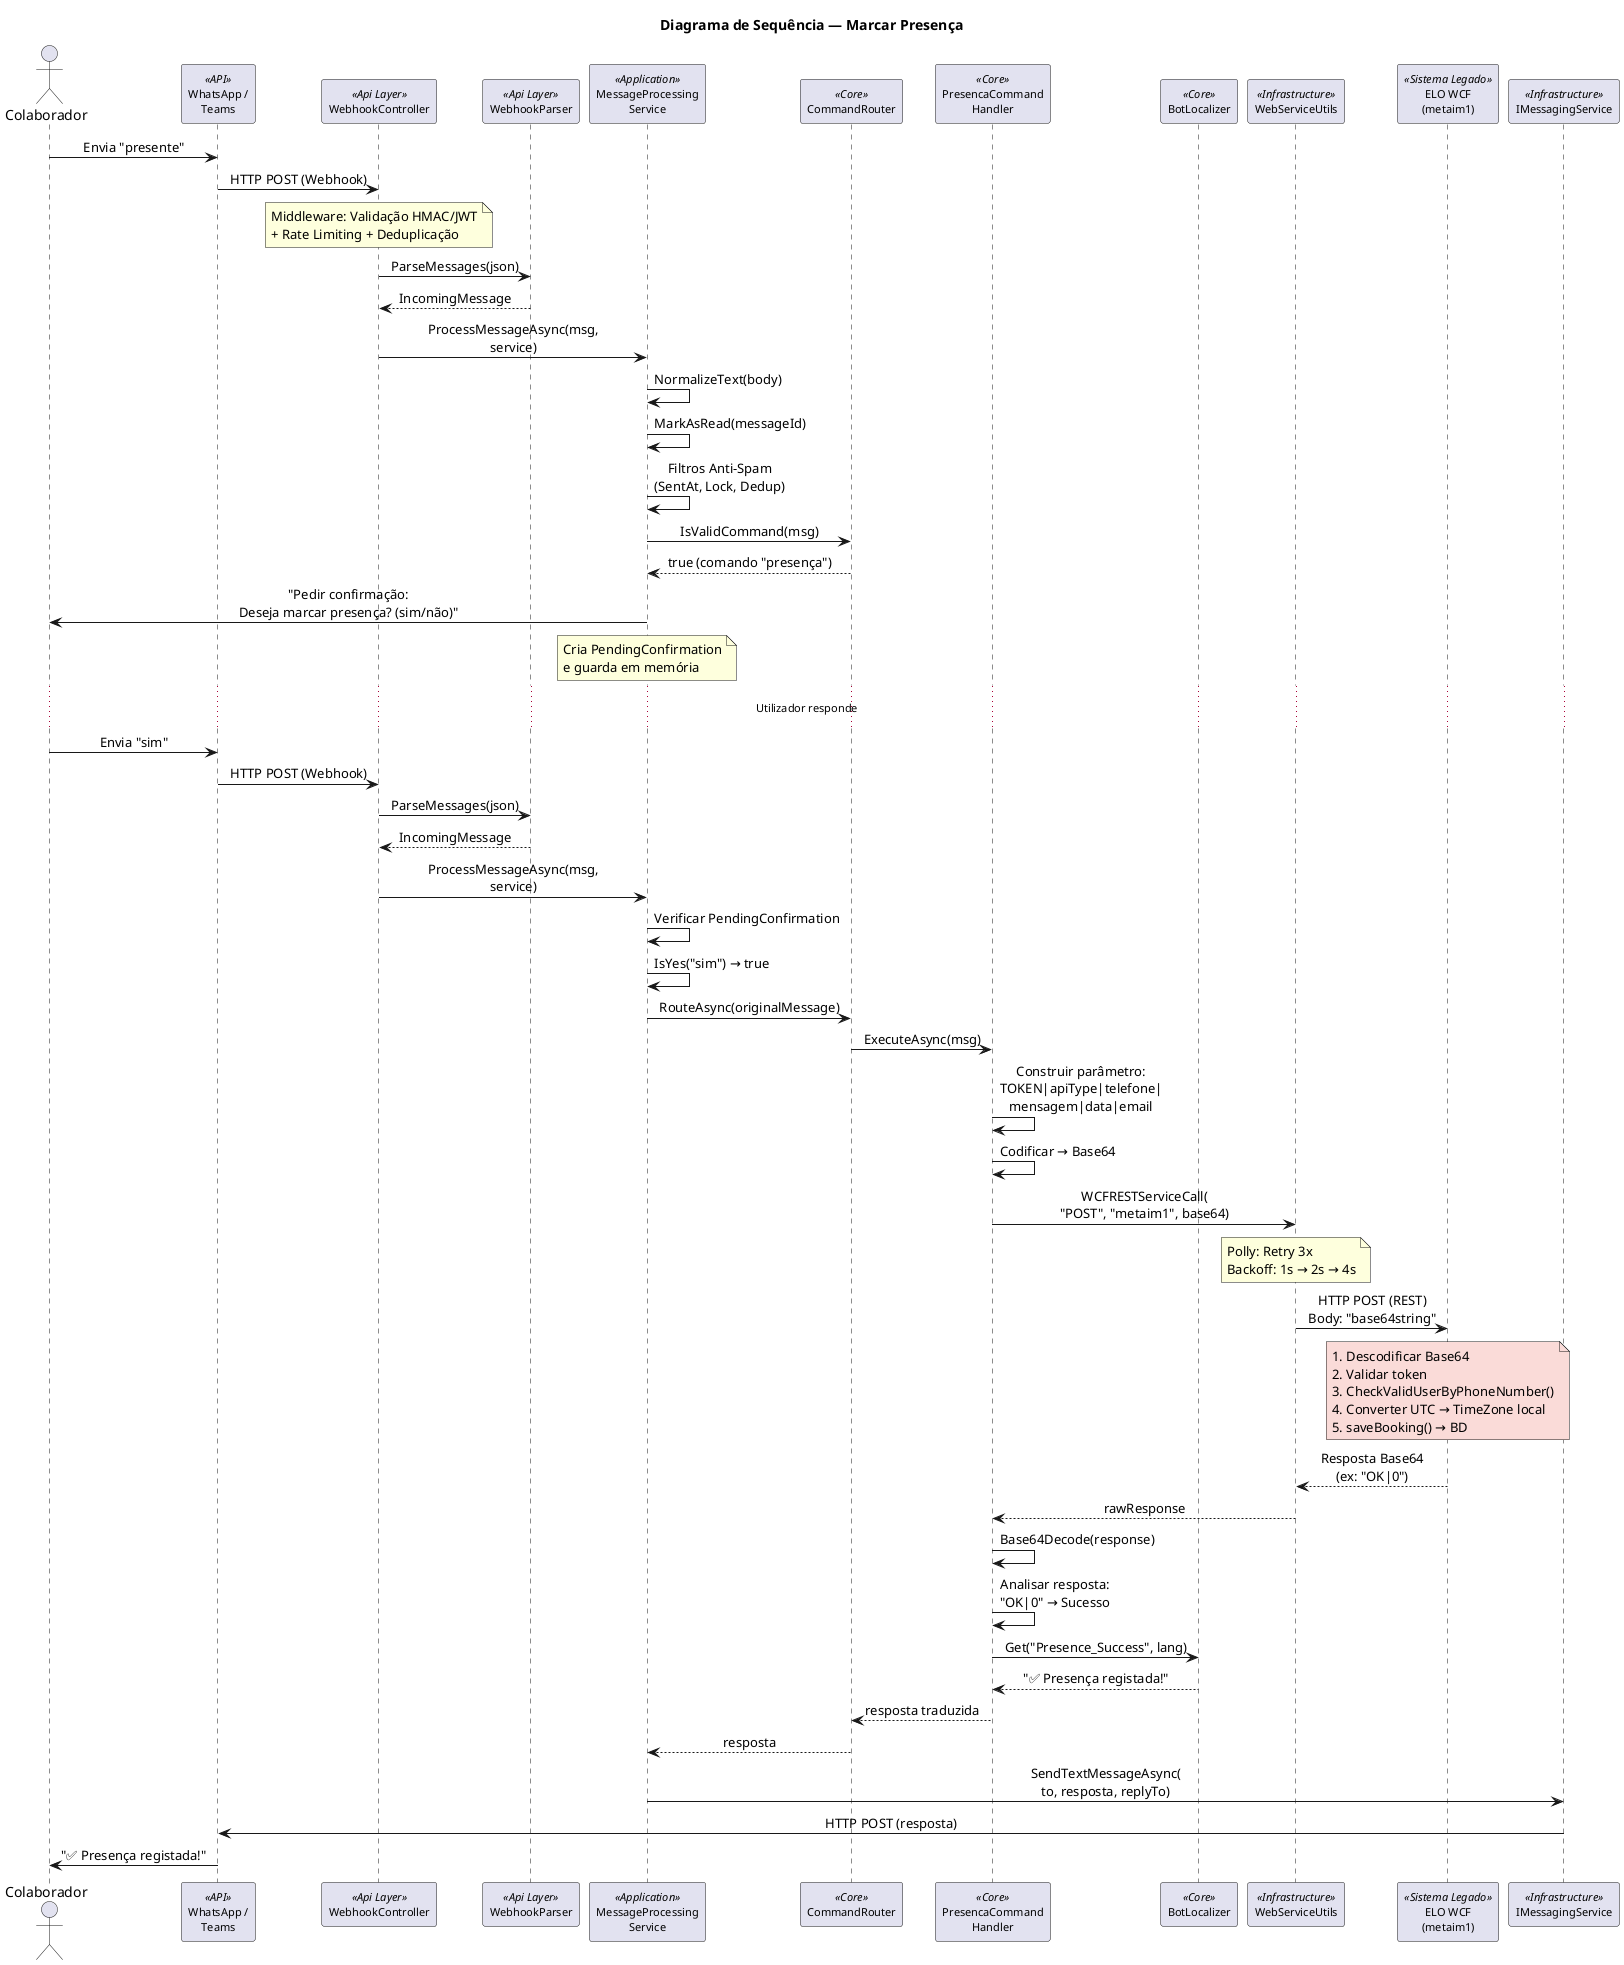
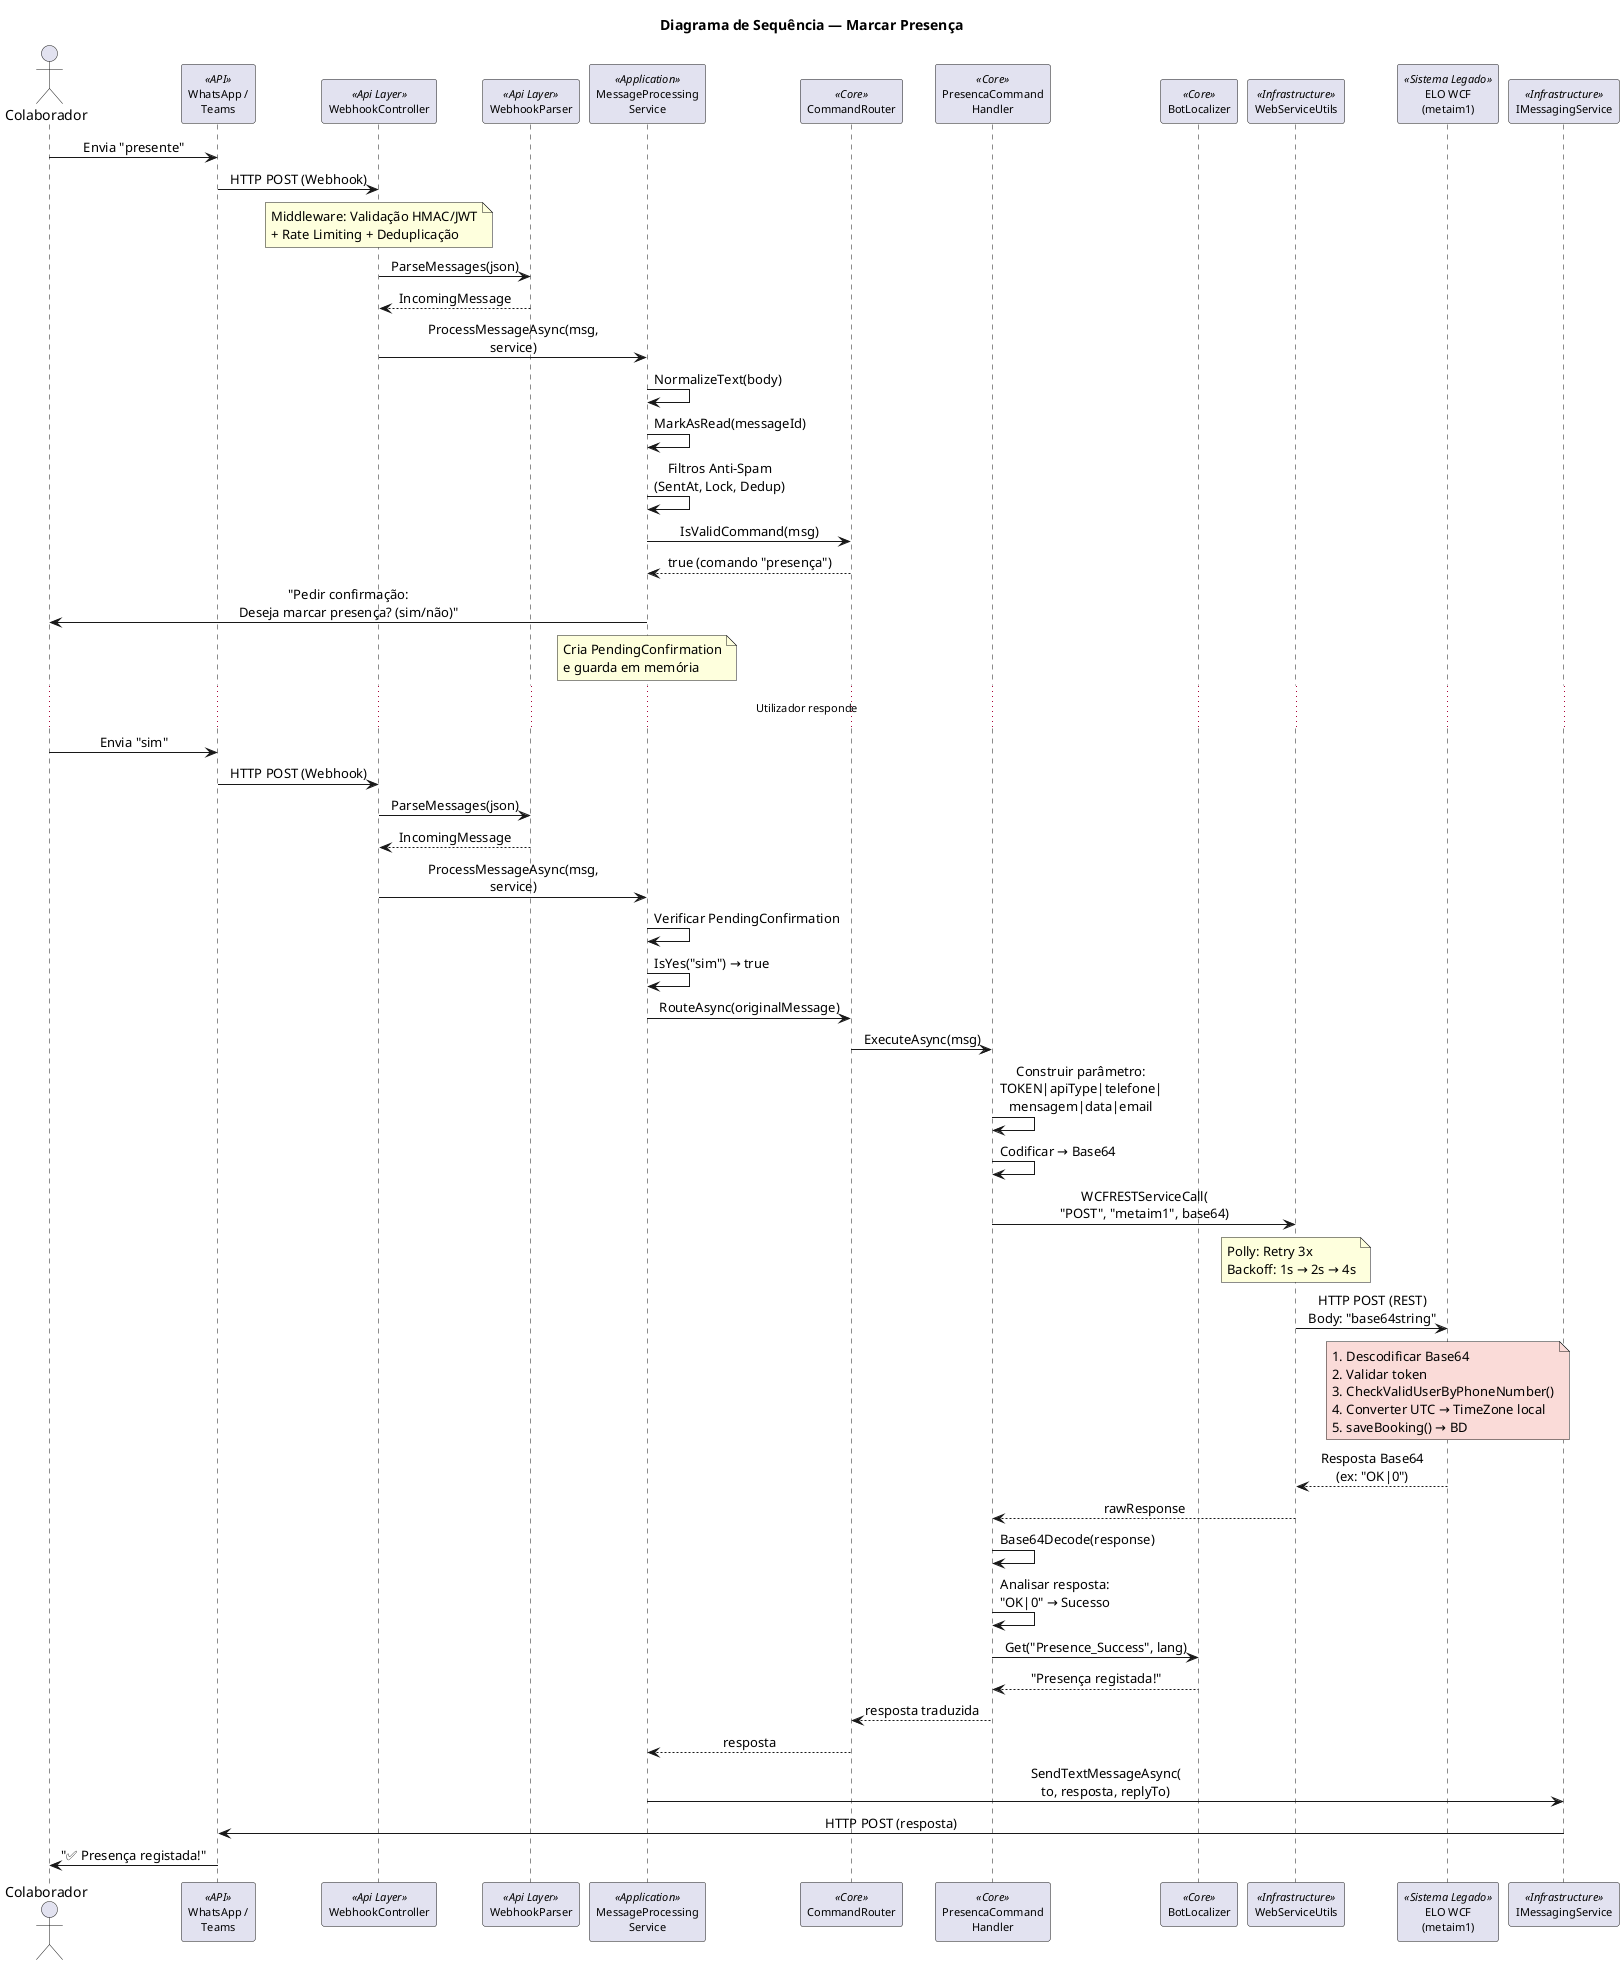
@startuml sequencia_marcar_presenca
skinparam backgroundColor #FFFFFF
skinparam shadowing false
skinparam defaultFontName "Segoe UI"
skinparam sequenceMessageAlign center
skinparam maxMessageSize 220
skinparam sequenceParticipantFontSize 11
skinparam sequenceMessageFontSize 11

title Diagrama de Sequência — Marcar Presença

actor "Colaborador" as user
participant "WhatsApp /\nTeams" as api <<API>>
participant "WebhookController" as ctrl <<Api Layer>>
participant "WebhookParser" as parser <<Api Layer>>
participant "MessageProcessing\nService" as mps <<Application>>
participant "CommandRouter" as router <<Core>>
participant "PresencaCommand\nHandler" as presCmd <<Core>>
participant "BotLocalizer" as localizer <<Core>>
participant "WebServiceUtils" as ws <<Infrastructure>>
participant "ELO WCF\n(metaim1)" as elo <<Sistema Legado>>
participant "IMessagingService" as msgSvc <<Infrastructure>>

' ─── Fluxo Principal ──────────────────────────────────────

user -> api : Envia "presente"
api -> ctrl : HTTP POST (Webhook)

note over ctrl
  Middleware: Validação HMAC/JWT
  + Rate Limiting + Deduplicação
end note

ctrl -> parser : ParseMessages(json)
parser --> ctrl : IncomingMessage

ctrl -> mps : ProcessMessageAsync(msg, service)

mps -> mps : NormalizeText(body)
mps -> mps : MarkAsRead(messageId)
mps -> mps : Filtros Anti-Spam\n(SentAt, Lock, Dedup)

mps -> router : IsValidCommand(msg)
router --> mps : true (comando "presença")

mps -> user : "Pedir confirmação:\nDeseja marcar presença? (sim/não)"

note over mps
  Cria PendingConfirmation
  e guarda em memória
end note

... Utilizador responde ...

user -> api : Envia "sim"
api -> ctrl : HTTP POST (Webhook)
ctrl -> parser : ParseMessages(json)
parser --> ctrl : IncomingMessage
ctrl -> mps : ProcessMessageAsync(msg, service)

mps -> mps : Verificar PendingConfirmation
mps -> mps : IsYes("sim") → true

mps -> router : RouteAsync(originalMessage)
router -> presCmd : ExecuteAsync(msg)

presCmd -> presCmd : Construir parâmetro:\nTOKEN|apiType|telefone|\nmensagem|data|email

presCmd -> presCmd : Codificar → Base64

presCmd -> ws : WCFRESTServiceCall(\n"POST", "metaim1", base64)

note over ws
  Polly: Retry 3x
  Backoff: 1s → 2s → 4s
end note

ws -> elo : HTTP POST (REST)\nBody: "base64string"

note over elo #FADBD8
  1. Descodificar Base64
  2. Validar token
  3. CheckValidUserByPhoneNumber()
  4. Converter UTC → TimeZone local
  5. saveBooking() → BD
end note

elo --> ws : Resposta Base64\n(ex: "OK|0")

ws --> presCmd : rawResponse

presCmd -> presCmd : Base64Decode(response)
presCmd -> presCmd : Analisar resposta:\n"OK|0" → Sucesso

presCmd -> localizer : Get("Presence_Success", lang)
- localizer --> presCmd : "✅ Presença registada!"
+ localizer --> presCmd : "Presença registada!"

presCmd --> router : resposta traduzida
router --> mps : resposta

mps -> msgSvc : SendTextMessageAsync(\nto, resposta, replyTo)

msgSvc -> api : HTTP POST (resposta)
api -> user : "✅ Presença registada!"

@enduml
